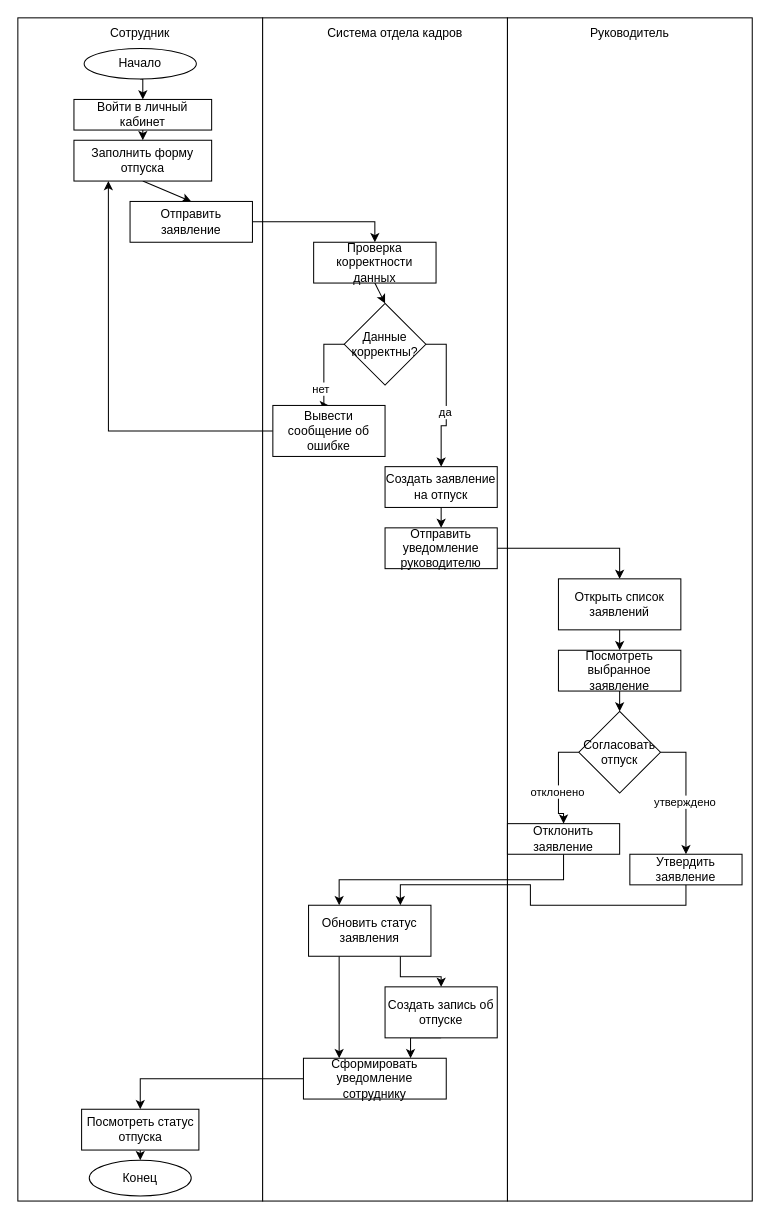
nn80nn/DataBases keeps this draw.io diagram as page "Page-8" (8 of 9) of Untitled Diagram.drawio. Above is the earlier version. Source tidied: cells renumbered, new cells numbered last; positions are measured from the earlier drawing's top-left corner, leaving out a move shared by most shapes. Both pictures are drawn from the tidied source at 102%, with x=0, y=0 at pixel (17, 17).
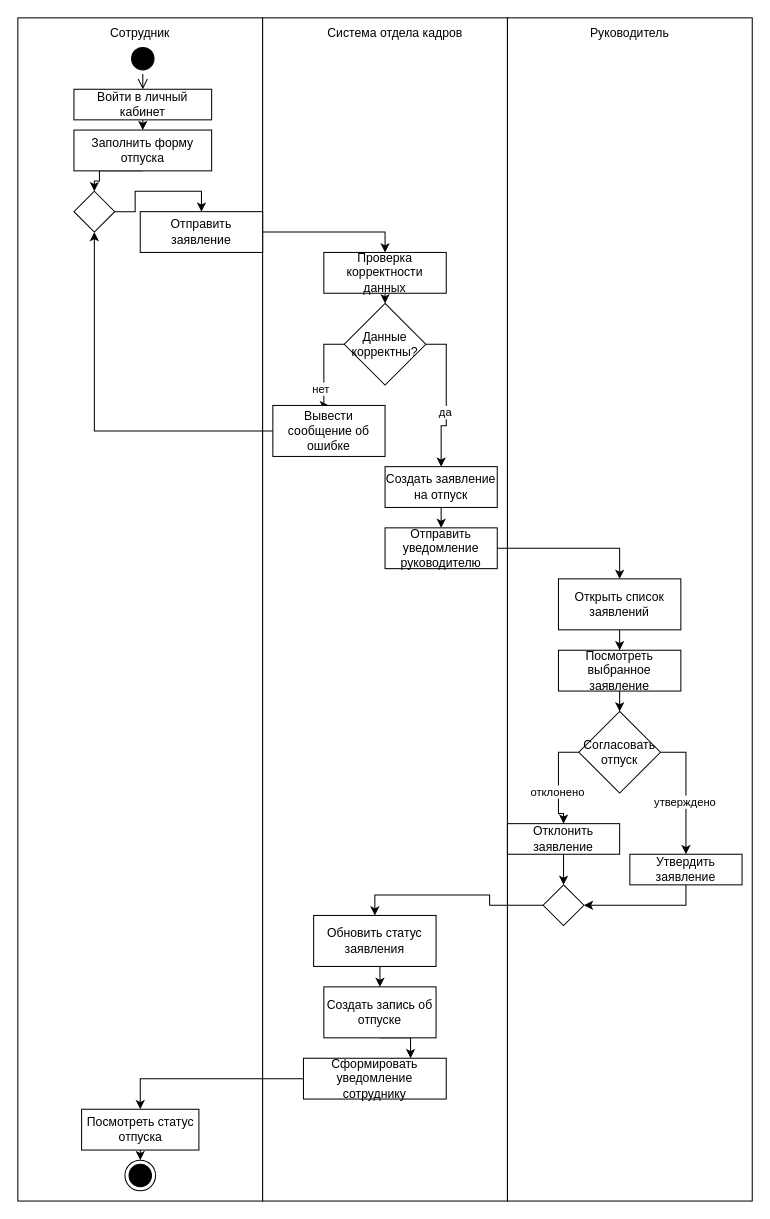
The same diagram, later.

The change refers to these unchanged cells:
```xml
<mxCell id="24" value="Вывести сообщение об ошибке" style="rounded=0;whiteSpace=wrap;html=1;" parent="1" vertex="1">
  <mxGeometry x="250" y="380" width="110" height="50" as="geometry" />
</mxCell>
<mxCell id="39" value="Отклонить заявление" style="rounded=0;whiteSpace=wrap;html=1;" parent="1" vertex="1">
  <mxGeometry x="480" y="790" width="110" height="30" as="geometry" />
</mxCell>
<mxCell id="41" value="Утвердить заявление" style="rounded=0;whiteSpace=wrap;html=1;" parent="1" vertex="1">
  <mxGeometry x="600" y="820" width="110" height="30" as="geometry" />
</mxCell>
<mxCell id="48" value="Сформировать уведомление сотруднику" style="rounded=0;whiteSpace=wrap;html=1;" parent="1" vertex="1">
  <mxGeometry x="280" y="1020" width="140" height="40" as="geometry" />
</mxCell>
<mxCell id="50" value="Посмотреть статус отпуска" style="rounded=0;whiteSpace=wrap;html=1;" parent="1" vertex="1">
  <mxGeometry x="62.5" y="1070" width="115" height="40" as="geometry" />
</mxCell>
```

Change to the diagram source:
```diff
@@
-    <mxCell id="8" style="edgeStyle=orthogonalEdgeStyle;rounded=0;jettySize=auto;html=1;exitX=0.5;exitY=1;exitDx=0;exitDy=0;entryX=0.5;entryY=0;entryDx=0;entryDy=0;" parent="1" edge="1" source="9" target="11">
-      <mxGeometry relative="1" as="geometry" />
-    </mxCell>
-    <mxCell id="9" value="Начало" style="ellipse;whiteSpace=wrap;html=1;" parent="1" vertex="1">
-      <mxGeometry x="65" y="30" width="110" height="30" as="geometry" />
-    </mxCell>
@@
     <mxCell id="11" value="Войти в личный кабинет" style="rounded=0;whiteSpace=wrap;html=1;" parent="1" vertex="1">
-      <mxGeometry x="55" y="80" width="135" height="30" as="geometry" />
+      <mxGeometry x="55" y="70" width="135" height="30" as="geometry" />
     </mxCell>
-    <mxCell id="12" style="rounded=0;jettySize=auto;html=1;exitX=0.5;exitY=1;exitDx=0;exitDy=0;entryX=0.5;entryY=0;entryDx=0;entryDy=0;" parent="1" edge="1" source="13" target="15">
-      <mxGeometry relative="1" as="geometry" />
+    <mxCell id="12" style="rounded=0;jettySize=auto;html=1;exitX=0.5;exitY=1;exitDx=0;exitDy=0;entryX=0.5;entryY=0;entryDx=0;entryDy=0;edgeStyle=orthogonalEdgeStyle;" parent="1" edge="1" source="13" target="56">
+      <mxGeometry relative="1" as="geometry">
+        <Array as="points">
+          <mxPoint x="80" y="150" />
+          <mxPoint x="80" y="160" />
+          <mxPoint x="75" y="160" />
+        </Array>
+      </mxGeometry>
     </mxCell>
     <mxCell id="13" value="Заполнить форму отпуска" style="rounded=0;whiteSpace=wrap;html=1;" parent="1" vertex="1">
-      <mxGeometry x="55" y="120" width="135" height="40" as="geometry" />
+      <mxGeometry x="55" y="110" width="135" height="40" as="geometry" />
     </mxCell>
@@
     <mxCell id="15" value="Отправить заявление" style="rounded=0;whiteSpace=wrap;html=1;" parent="1" vertex="1">
-      <mxGeometry x="110" y="180" width="120" height="40" as="geometry" />
+      <mxGeometry x="120" y="190" width="120" height="40" as="geometry" />
     </mxCell>
@@
     <mxCell id="17" value="Проверка корректности данных" style="rounded=0;whiteSpace=wrap;html=1;" parent="1" vertex="1">
-      <mxGeometry x="290" y="220" width="120" height="40" as="geometry" />
+      <mxGeometry x="300" y="230" width="120" height="40" as="geometry" />
     </mxCell>
@@
-    <mxCell id="23" style="edgeStyle=orthogonalEdgeStyle;rounded=0;jettySize=auto;html=1;exitX=0;exitY=0.5;exitDx=0;exitDy=0;entryX=0.25;entryY=1;entryDx=0;entryDy=0;" parent="1" edge="1" source="24" target="13">
+    <mxCell id="23" style="edgeStyle=orthogonalEdgeStyle;rounded=0;jettySize=auto;html=1;exitX=0;exitY=0.5;exitDx=0;exitDy=0;entryX=0.5;entryY=1;entryDx=0;entryDy=0;" parent="1" edge="1" source="24" target="56">
       <mxGeometry relative="1" as="geometry" />
     </mxCell>
@@
-    <mxCell id="38" style="edgeStyle=orthogonalEdgeStyle;rounded=0;jettySize=auto;html=1;exitX=0.5;exitY=1;exitDx=0;exitDy=0;entryX=0.25;entryY=0;entryDx=0;entryDy=0;" parent="1" edge="1" source="39" target="44">
+    <mxCell id="38" style="edgeStyle=orthogonalEdgeStyle;rounded=0;jettySize=auto;html=1;exitX=0.5;exitY=1;exitDx=0;exitDy=0;entryX=0.5;entryY=0;entryDx=0;entryDy=0;" parent="1" edge="1" source="39" target="58">
       <mxGeometry relative="1" as="geometry" />
     </mxCell>
@@
-    <mxCell id="40" style="edgeStyle=orthogonalEdgeStyle;rounded=0;jettySize=auto;html=1;exitX=0.5;exitY=1;exitDx=0;exitDy=0;entryX=0.75;entryY=0;entryDx=0;entryDy=0;" parent="1" edge="1" source="41" target="44">
+    <mxCell id="40" style="edgeStyle=orthogonalEdgeStyle;rounded=0;jettySize=auto;html=1;exitX=0.5;exitY=1;exitDx=0;exitDy=0;entryX=1;entryY=0.5;entryDx=0;entryDy=0;" parent="1" edge="1" source="41" target="58">
       <mxGeometry relative="1" as="geometry" />
     </mxCell>
@@
-    <mxCell id="43" style="edgeStyle=orthogonalEdgeStyle;rounded=0;jettySize=auto;html=1;exitX=0.25;exitY=1;exitDx=0;exitDy=0;entryX=0.25;entryY=0;entryDx=0;entryDy=0;" parent="1" edge="1" source="44" target="48">
-      <mxGeometry relative="1" as="geometry" />
-    </mxCell>
     <mxCell id="44" value="Обновить статус заявления" style="rounded=0;whiteSpace=wrap;html=1;" parent="1" vertex="1">
-      <mxGeometry x="285" y="870" width="120" height="50" as="geometry" />
+      <mxGeometry x="290" y="880" width="120" height="50" as="geometry" />
     </mxCell>
@@
     <mxCell id="46" value="Создать запись об отпуске" style="rounded=0;whiteSpace=wrap;html=1;" parent="1" vertex="1">
-      <mxGeometry x="360" y="950" width="110" height="50" as="geometry" />
+      <mxGeometry x="300" y="950" width="110" height="50" as="geometry" />
     </mxCell>
@@
-    <mxCell id="49" style="edgeStyle=orthogonalEdgeStyle;rounded=0;jettySize=auto;html=1;exitX=0.5;exitY=1;exitDx=0;exitDy=0;entryX=0.5;entryY=0;entryDx=0;entryDy=0;" parent="1" edge="1" source="50" target="51">
-      <mxGeometry relative="1" as="geometry" />
+    <mxCell id="49" style="edgeStyle=orthogonalEdgeStyle;rounded=0;jettySize=auto;html=1;exitX=0.5;exitY=1;exitDx=0;exitDy=0;entryX=0.5;entryY=0;entryDx=0;entryDy=0;" parent="1" edge="1" source="50">
+      <mxGeometry relative="1" as="geometry">
+        <mxPoint x="120" y="1120" as="targetPoint" />
+      </mxGeometry>
     </mxCell>
@@
-    <mxCell id="51" value="Конец" style="ellipse;whiteSpace=wrap;html=1;" parent="1" vertex="1">
-      <mxGeometry x="70" y="1120" width="100" height="35" as="geometry" />
-    </mxCell>
+    <mxCell id="52" style="ellipse;html=1;shape=startState;fillColor=#000000;strokeColor=light-dark(#000000, #ff9090);" parent="1" vertex="1">
+      <mxGeometry x="107.5" y="25" width="30" height="30" as="geometry" />
+    </mxCell>
+    <mxCell id="53" style="edgeStyle=orthogonalEdgeStyle;html=1;verticalAlign=bottom;endArrow=open;endSize=8;strokeColor=light-dark(#000000, #ff9090);rounded=0;entryX=0.5;entryY=0;entryDx=0;entryDy=0;" parent="1" edge="1" source="52" target="11">
+      <mxGeometry relative="1" as="geometry" />
+    </mxCell>
+    <mxCell id="54" style="ellipse;html=1;shape=endState;fillColor=#000000;strokeColor=light-dark(#000000, #ff9090);" parent="1" vertex="1">
+      <mxGeometry x="105" y="1120" width="30" height="30" as="geometry" />
+    </mxCell>
+    <mxCell id="55" style="edgeStyle=orthogonalEdgeStyle;rounded=0;jettySize=auto;html=1;exitX=1;exitY=0.5;exitDx=0;exitDy=0;entryX=0.5;entryY=0;entryDx=0;entryDy=0;" parent="1" edge="1" source="56" target="15">
+      <mxGeometry relative="1" as="geometry" />
+    </mxCell>
+    <mxCell id="56" style="rhombus;whiteSpace=wrap;html=1;" parent="1" vertex="1">
+      <mxGeometry x="55" y="170" width="40" height="40" as="geometry" />
+    </mxCell>
+    <mxCell id="57" style="edgeStyle=orthogonalEdgeStyle;rounded=0;jettySize=auto;html=1;exitX=0;exitY=0.5;exitDx=0;exitDy=0;entryX=0.5;entryY=0;entryDx=0;entryDy=0;" parent="1" edge="1" source="58" target="44">
+      <mxGeometry relative="1" as="geometry" />
+    </mxCell>
+    <mxCell id="58" style="rhombus;whiteSpace=wrap;html=1;" parent="1" vertex="1">
+      <mxGeometry x="515" y="850" width="40" height="40" as="geometry" />
+    </mxCell>
```
